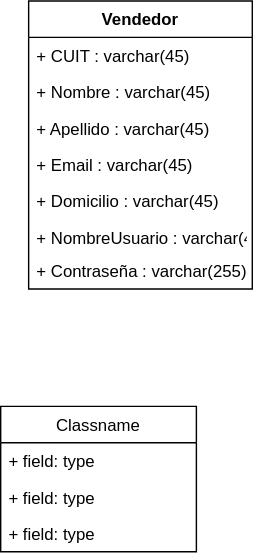
The draw.io diagram BD_TiendaOnline/DER.drawio.svg in Bruneizer/Tienda-Online-Vendedorr, before a commit. Source tidied: cells renumbered, new cells last; positions are measured from the earlier drawing's top-left corner, leaving out a move shared by most shapes. The source it was exported from:
```xml
<mxGraphModel>
  <root>
    <mxCell id="0" />
    <mxCell id="1" parent="0" />
    <mxCell id="2" value="Vendedor" style="swimlane;fontStyle=1;align=center;verticalAlign=top;horizontal=1;startSize=26;" parent="1" vertex="1">
      <mxGeometry x="20" width="160" height="206" as="geometry" />
    </mxCell>
    <mxCell id="3" value="+ CUIT : varchar(45)" style="text;strokeColor=none;fillColor=none;align=left;verticalAlign=top;spacingLeft=4;spacingRight=4;overflow=hidden;" parent="2" vertex="1">
      <mxGeometry y="26" width="160" height="26" as="geometry" />
    </mxCell>
    <mxCell id="4" value="+ Nombre : varchar(45)" style="text;strokeColor=none;fillColor=none;align=left;verticalAlign=top;spacingLeft=4;spacingRight=4;overflow=hidden;" parent="2" vertex="1">
      <mxGeometry y="52" width="160" height="26" as="geometry" />
    </mxCell>
    <mxCell id="5" value="+ Apellido : varchar(45)" style="text;strokeColor=none;fillColor=none;align=left;verticalAlign=top;spacingLeft=4;spacingRight=4;overflow=hidden;" parent="2" vertex="1">
      <mxGeometry y="78" width="160" height="26" as="geometry" />
    </mxCell>
    <mxCell id="6" value="+ Email : varchar(45)" style="text;strokeColor=none;fillColor=none;align=left;verticalAlign=top;spacingLeft=4;spacingRight=4;overflow=hidden;" parent="2" vertex="1">
      <mxGeometry y="104" width="160" height="26" as="geometry" />
    </mxCell>
    <mxCell id="7" value="+ Domicilio : varchar(45)" style="text;strokeColor=none;fillColor=none;align=left;verticalAlign=top;spacingLeft=4;spacingRight=4;overflow=hidden;" parent="2" vertex="1">
      <mxGeometry y="130" width="160" height="26" as="geometry" />
    </mxCell>
    <mxCell id="8" value="+ NombreUsuario : varchar(45)" style="text;strokeColor=none;fillColor=none;align=left;verticalAlign=top;spacingLeft=4;spacingRight=4;overflow=hidden;" parent="2" vertex="1">
      <mxGeometry y="156" width="160" height="24" as="geometry" />
    </mxCell>
    <mxCell id="9" value="+ Contraseña : varchar(255)" style="text;strokeColor=none;fillColor=none;align=left;verticalAlign=top;spacingLeft=4;spacingRight=4;overflow=hidden;" parent="2" vertex="1">
      <mxGeometry y="180" width="160" height="26" as="geometry" />
    </mxCell>
    <mxCell id="10" value="Classname" style="swimlane;fontStyle=0;horizontal=1;startSize=26;fillColor=none;" parent="1" vertex="1">
      <mxGeometry y="290" width="140" height="104" as="geometry" />
    </mxCell>
    <mxCell id="11" value="+ field: type" style="text;strokeColor=none;fillColor=none;align=left;verticalAlign=top;spacingLeft=4;spacingRight=4;overflow=hidden;" parent="10" vertex="1">
      <mxGeometry y="26" width="140" height="26" as="geometry" />
    </mxCell>
    <mxCell id="12" value="+ field: type" style="text;strokeColor=none;fillColor=none;align=left;verticalAlign=top;spacingLeft=4;spacingRight=4;overflow=hidden;" parent="10" vertex="1">
      <mxGeometry y="52" width="140" height="26" as="geometry" />
    </mxCell>
    <mxCell id="13" value="+ field: type" style="text;strokeColor=none;fillColor=none;align=left;verticalAlign=top;spacingLeft=4;spacingRight=4;overflow=hidden;" parent="10" vertex="1">
      <mxGeometry y="78" width="140" height="26" as="geometry" />
    </mxCell>
  </root>
</mxGraphModel>
```
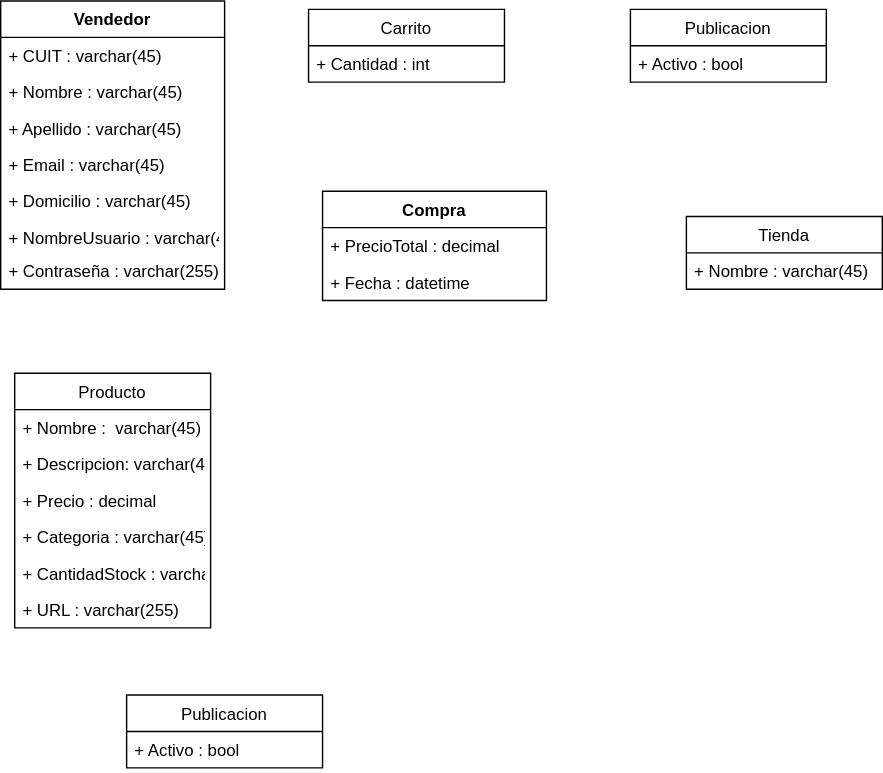
After the change.

Change to the diagram source:
```diff
@@ -3,7 +3,7 @@
     <mxCell id="0" />
     <mxCell id="1" parent="0" />
     <mxCell id="2" value="Vendedor" style="swimlane;fontStyle=1;align=center;verticalAlign=top;horizontal=1;startSize=26;" parent="1" vertex="1">
-      <mxGeometry x="20" width="160" height="206" as="geometry" />
+      <mxGeometry x="-20" y="-26" width="160" height="206" as="geometry" />
     </mxCell>
     <mxCell id="3" value="+ CUIT : varchar(45)" style="text;strokeColor=none;fillColor=none;align=left;verticalAlign=top;spacingLeft=4;spacingRight=4;overflow=hidden;" parent="2" vertex="1">
       <mxGeometry y="26" width="160" height="26" as="geometry" />
@@ -26,17 +26,64 @@
     <mxCell id="9" value="+ Contraseña : varchar(255)" style="text;strokeColor=none;fillColor=none;align=left;verticalAlign=top;spacingLeft=4;spacingRight=4;overflow=hidden;" parent="2" vertex="1">
       <mxGeometry y="180" width="160" height="26" as="geometry" />
     </mxCell>
-    <mxCell id="10" value="Classname" style="swimlane;fontStyle=0;horizontal=1;startSize=26;fillColor=none;" parent="1" vertex="1">
-      <mxGeometry y="290" width="140" height="104" as="geometry" />
+    <mxCell id="10" value="Producto" style="swimlane;fontStyle=0;horizontal=1;startSize=26;fillColor=none;" parent="1" vertex="1">
+      <mxGeometry x="-10" y="240" width="140" height="182" as="geometry" />
     </mxCell>
-    <mxCell id="11" value="+ field: type" style="text;strokeColor=none;fillColor=none;align=left;verticalAlign=top;spacingLeft=4;spacingRight=4;overflow=hidden;" parent="10" vertex="1">
+    <mxCell id="11" value="+ Nombre :  varchar(45)" style="text;strokeColor=none;fillColor=none;align=left;verticalAlign=top;spacingLeft=4;spacingRight=4;overflow=hidden;" parent="10" vertex="1">
       <mxGeometry y="26" width="140" height="26" as="geometry" />
     </mxCell>
-    <mxCell id="12" value="+ field: type" style="text;strokeColor=none;fillColor=none;align=left;verticalAlign=top;spacingLeft=4;spacingRight=4;overflow=hidden;" parent="10" vertex="1">
+    <mxCell id="12" value="+ Descripcion: varchar(45) " style="text;strokeColor=none;fillColor=none;align=left;verticalAlign=top;spacingLeft=4;spacingRight=4;overflow=hidden;" parent="10" vertex="1">
       <mxGeometry y="52" width="140" height="26" as="geometry" />
     </mxCell>
-    <mxCell id="13" value="+ field: type" style="text;strokeColor=none;fillColor=none;align=left;verticalAlign=top;spacingLeft=4;spacingRight=4;overflow=hidden;" parent="10" vertex="1">
+    <mxCell id="13" value="+ Precio : decimal" style="text;strokeColor=none;fillColor=none;align=left;verticalAlign=top;spacingLeft=4;spacingRight=4;overflow=hidden;" parent="10" vertex="1">
       <mxGeometry y="78" width="140" height="26" as="geometry" />
     </mxCell>
+    <mxCell id="14" style="edgeStyle=none;html=1;exitX=0.75;exitY=1;exitDx=0;exitDy=0;" parent="10" edge="1" target="16">
+      <mxGeometry relative="1" as="geometry">
+        <mxPoint x="105" y="130" as="sourcePoint" />
+      </mxGeometry>
+    </mxCell>
+    <mxCell id="15" value="+ Categoria : varchar(45)" style="text;strokeColor=none;fillColor=none;align=left;verticalAlign=top;spacingLeft=4;spacingRight=4;overflow=hidden;" parent="10" vertex="1">
+      <mxGeometry y="104" width="140" height="26" as="geometry" />
+    </mxCell>
+    <mxCell id="16" value="+ CantidadStock : varchar(45)&#10;" style="text;strokeColor=none;fillColor=none;align=left;verticalAlign=top;spacingLeft=4;spacingRight=4;overflow=hidden;points=[[0,0.5],[1,0.5]];portConstraint=eastwest;" parent="10" vertex="1">
+      <mxGeometry y="130" width="140" height="26" as="geometry" />
+    </mxCell>
+    <mxCell id="17" value="+ URL : varchar(255)" style="text;strokeColor=none;fillColor=none;align=left;verticalAlign=top;spacingLeft=4;spacingRight=4;overflow=hidden;" parent="10" vertex="1">
+      <mxGeometry y="156" width="140" height="26" as="geometry" />
+    </mxCell>
+    <mxCell id="18" value="Compra" style="swimlane;fontStyle=1;align=center;verticalAlign=top;horizontal=1;startSize=26;" parent="1" vertex="1">
+      <mxGeometry x="210" y="110" width="160" height="78" as="geometry" />
+    </mxCell>
+    <mxCell id="19" value="+ PrecioTotal : decimal" style="text;strokeColor=none;fillColor=none;align=left;verticalAlign=top;spacingLeft=4;spacingRight=4;overflow=hidden;" parent="18" vertex="1">
+      <mxGeometry y="26" width="160" height="26" as="geometry" />
+    </mxCell>
+    <mxCell id="20" value="+ Fecha : datetime" style="text;strokeColor=none;fillColor=none;align=left;verticalAlign=top;spacingLeft=4;spacingRight=4;overflow=hidden;" parent="18" vertex="1">
+      <mxGeometry y="52" width="160" height="26" as="geometry" />
+    </mxCell>
+    <mxCell id="21" value="Carrito" style="swimlane;fontStyle=0;horizontal=1;startSize=26;fillColor=none;" parent="1" vertex="1">
+      <mxGeometry x="200" y="-20" width="140" height="52" as="geometry" />
+    </mxCell>
+    <mxCell id="22" value="+ Cantidad : int" style="text;strokeColor=none;fillColor=none;align=left;verticalAlign=top;spacingLeft=4;spacingRight=4;overflow=hidden;" parent="21" vertex="1">
+      <mxGeometry y="26" width="140" height="26" as="geometry" />
+    </mxCell>
+    <mxCell id="23" value="Publicacion" style="swimlane;fontStyle=0;horizontal=1;startSize=26;fillColor=none;" parent="1" vertex="1">
+      <mxGeometry x="70" y="470" width="140" height="52" as="geometry" />
+    </mxCell>
+    <mxCell id="24" value="+ Activo : bool" style="text;strokeColor=none;fillColor=none;align=left;verticalAlign=top;spacingLeft=4;spacingRight=4;overflow=hidden;" parent="23" vertex="1">
+      <mxGeometry y="26" width="140" height="26" as="geometry" />
+    </mxCell>
+    <mxCell id="25" value="Tienda" style="swimlane;fontStyle=0;horizontal=1;startSize=26;fillColor=none;" parent="1" vertex="1">
+      <mxGeometry x="470" y="128" width="140" height="52" as="geometry" />
+    </mxCell>
+    <mxCell id="26" value="+ Nombre : varchar(45)" style="text;strokeColor=none;fillColor=none;align=left;verticalAlign=top;spacingLeft=4;spacingRight=4;overflow=hidden;" parent="25" vertex="1">
+      <mxGeometry y="26" width="140" height="26" as="geometry" />
+    </mxCell>
+    <mxCell id="27" value="Publicacion" style="swimlane;fontStyle=0;horizontal=1;startSize=26;fillColor=none;" parent="1" vertex="1">
+      <mxGeometry x="430" y="-20" width="140" height="52" as="geometry" />
+    </mxCell>
+    <mxCell id="28" value="+ Activo : bool" style="text;strokeColor=none;fillColor=none;align=left;verticalAlign=top;spacingLeft=4;spacingRight=4;overflow=hidden;" parent="27" vertex="1">
+      <mxGeometry y="26" width="140" height="26" as="geometry" />
+    </mxCell>
   </root>
 </mxGraphModel>
```
